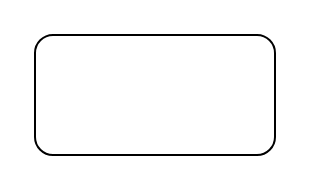
Earlier version of the draw.io diagram 【二期】大型apk下载后推荐小游戏.drawio (ETHAN0430/draw.io.repo). Source tidied: cells renumbered, new cells numbered last; positions are measured from the earlier drawing's top-left corner, leaving out a move shared by most shapes. Both pictures are drawn from the tidied source at 200%, with x=0, y=0 at pixel (34, 34).
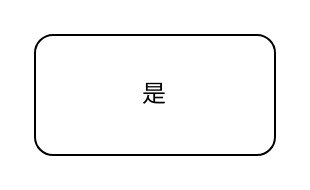
Above is the later version.

Commit message (it also covers changes not shown here):
更新【二期】大型apk下载后推荐小游戏.drawio

Change to the diagram source:
```diff
@@
 <mxGraphModel>
   <root>
     <mxCell id="0" />
     <mxCell id="1" parent="0" />
-    <mxCell id="2" style="rounded=1;whiteSpace=wrap;html=1;" parent="1" vertex="1">
+    <mxCell id="2" value="是" style="rounded=1;whiteSpace=wrap;html=1;" parent="1" vertex="1">
       <mxGeometry width="120" height="60" as="geometry" />
     </mxCell>
   </root>
 </mxGraphModel>
```
